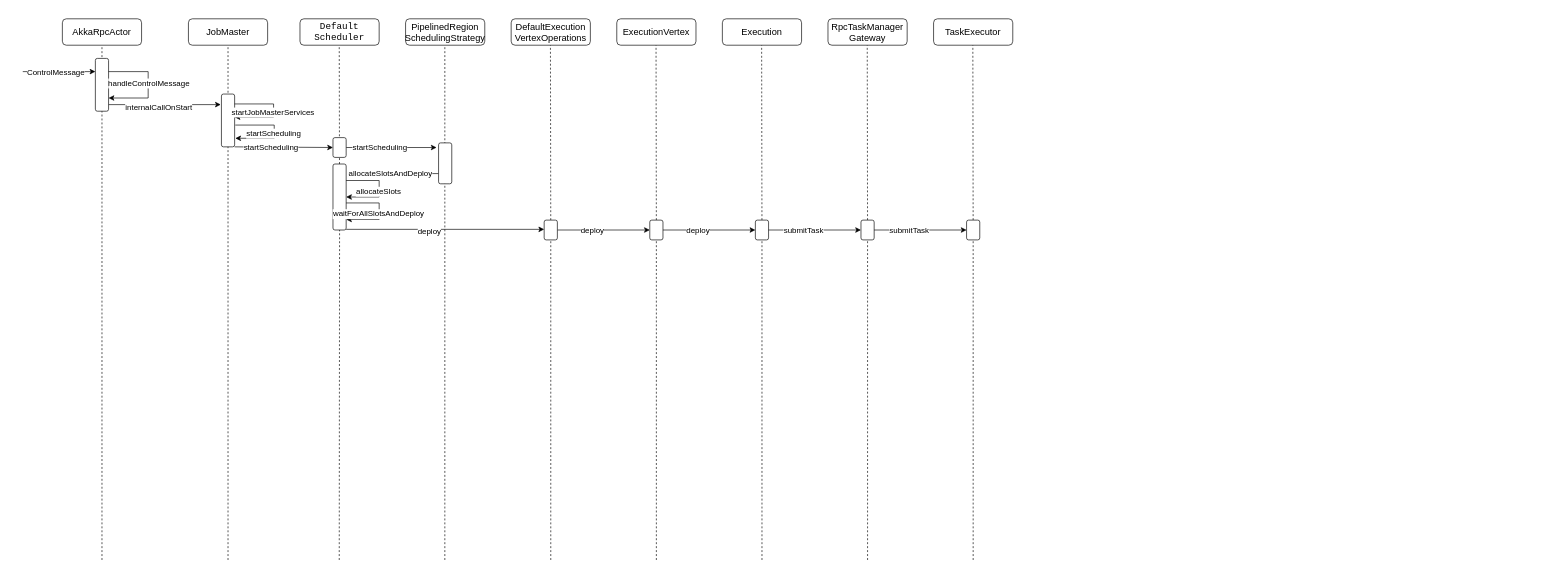
Before: imgs/flink/flink_windowwordcount_task_flow.drawio in rainsbaby/notebook, a draw.io diagram. Source tidied: cells renumbered, new cells numbered last; positions are measured from the earlier drawing's top-left corner, leaving out a move shared by most shapes. Both pictures are drawn from the tidied source at 66%, with x=0, y=0 at pixel (22, 18).
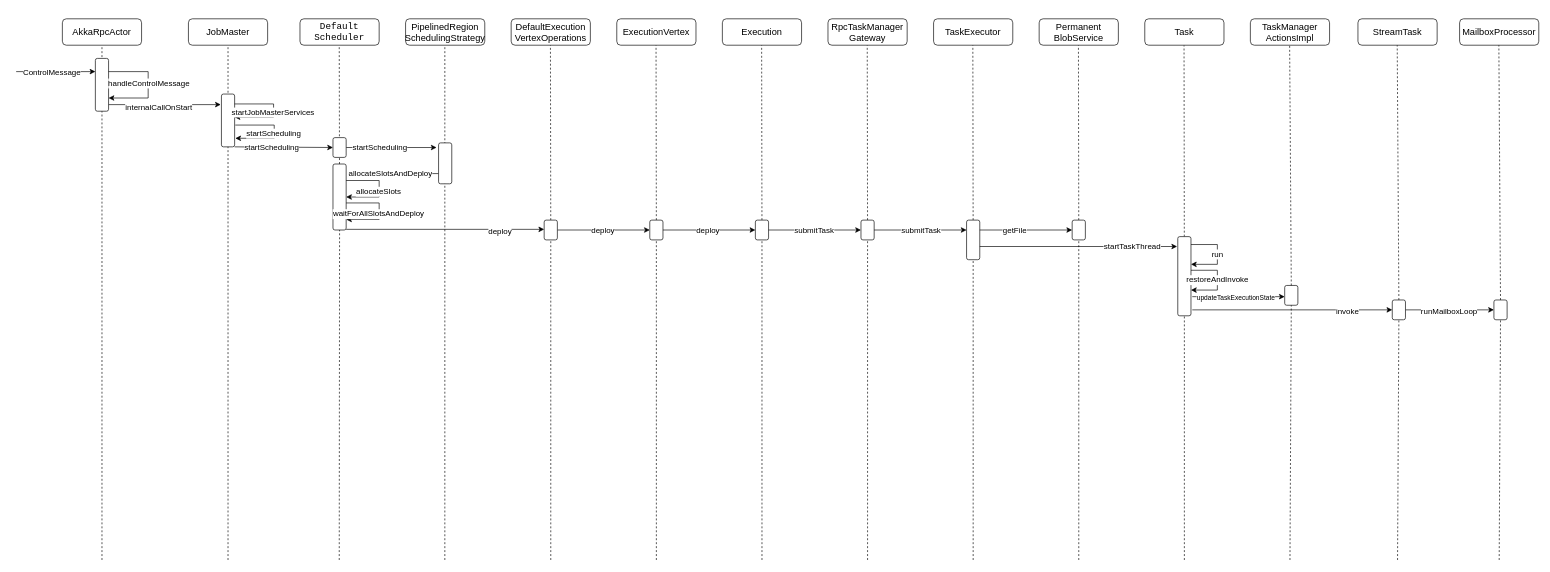
The same diagram, later.

The change refers to these unchanged cells:
```xml
<mxCell id="8" style="rounded=1;whiteSpace=wrap;html=1;" parent="1" vertex="1">
  <mxGeometry x="110" y="60" width="20" height="80" as="geometry" />
</mxCell>
<mxCell id="15" style="rounded=0;jettySize=auto;html=1;exitX=1;exitY=1;exitDx=0;exitDy=0;entryX=0;entryY=0.5;entryDx=0;entryDy=0;fontFamily=Helvetica;fontSize=10;fontColor=#000000;" parent="1" edge="1" source="17" target="25">
  <mxGeometry relative="1" as="geometry" />
</mxCell>
<mxCell id="30" style="rounded=0;orthogonalLoop=1;jettySize=auto;html=1;exitX=1;exitY=1;exitDx=0;exitDy=0;fontFamily=Helvetica;fontSize=10;fontColor=#000000;" parent="1" edge="1">
  <mxGeometry relative="1" as="geometry">
    <mxPoint x="490" y="319" as="sourcePoint" />
    <mxPoint x="790" y="319" as="targetPoint" />
  </mxGeometry>
</mxCell>
<mxCell id="40" style="edgeStyle=none;rounded=0;jettySize=auto;html=1;exitX=1;exitY=0.5;exitDx=0;exitDy=0;entryX=0;entryY=0.5;entryDx=0;entryDy=0;fontFamily=Helvetica;fontSize=10;fontColor=#000000;" parent="1" edge="1" source="42" target="46">
  <mxGeometry relative="1" as="geometry" />
</mxCell>
<mxCell id="48" style="edgeStyle=none;rounded=0;jettySize=auto;html=1;exitX=1;exitY=0.5;exitDx=0;exitDy=0;entryX=0;entryY=0.5;entryDx=0;entryDy=0;fontFamily=Helvetica;fontSize=10;fontColor=#000000;" parent="1" edge="1" target="52">
  <mxGeometry relative="1" as="geometry">
    <mxPoint x="970" y="320" as="sourcePoint" />
  </mxGeometry>
</mxCell>
<mxCell id="54" style="edgeStyle=none;rounded=0;jettySize=auto;html=1;exitX=1;exitY=0.5;exitDx=0;exitDy=0;entryX=0;entryY=0.5;entryDx=0;entryDy=0;fontFamily=Helvetica;fontSize=10;fontColor=#000000;" parent="1" edge="1" target="58">
  <mxGeometry relative="1" as="geometry">
    <mxPoint x="1130" y="320" as="sourcePoint" />
  </mxGeometry>
</mxCell>
```

Change to the diagram source:
```diff
@@
-<mxGraphModel>
+<mxGraphModel background="#FFFFFF">
@@
     <mxCell id="9" style="endArrow=classic;html=1;rounded=0;entryX=0;entryY=0.25;entryDx=0;entryDy=0;" parent="1" edge="1" target="8">
       <mxGeometry relative="1" as="geometry">
-        <mxPoint y="80" as="sourcePoint" />
+        <mxPoint x="-10" y="80" as="sourcePoint" />
       </mxGeometry>
     </mxCell>
@@
     <mxCell id="16" value="&lt;pre style=&quot;font-size: 12px;&quot;&gt;&lt;font style=&quot;font-size: 12px;&quot; face=&quot;Helvetica&quot;&gt;&lt;span style=&quot;font-size: 12px;&quot;&gt;startScheduling&lt;/span&gt;&lt;/font&gt;&lt;/pre&gt;" style="edgeLabel;html=1;align=center;verticalAlign=middle;fontSize=12;fontFamily=Helvetica;fontColor=#000000;labelBackgroundColor=#FFFFFF;" parent="15" vertex="1">
-      <mxGeometry x="-0.26" y="-1" relative="1" as="geometry" />
+      <mxGeometry x="-0.26" y="-1" relative="1" as="geometry">
+        <mxPoint x="1" as="offset" />
+      </mxGeometry>
     </mxCell>
@@
     <mxCell id="31" value="&lt;div style=&quot;font-size: 12px;&quot;&gt;deploy&lt;/div&gt;" style="edgeLabel;html=1;align=center;verticalAlign=middle;fontSize=12;fontFamily=Helvetica;fontColor=#000000;" parent="30" vertex="1">
-      <mxGeometry x="-0.17" y="-3" relative="1" as="geometry" />
+      <mxGeometry x="-0.17" y="-3" relative="1" as="geometry">
+        <mxPoint x="107" as="offset" />
+      </mxGeometry>
     </mxCell>
@@
     <mxCell id="41" value="deploy" style="edgeLabel;html=1;align=center;verticalAlign=middle;fontSize=12;fontFamily=Helvetica;fontColor=#000000;" parent="40" vertex="1">
-      <mxGeometry x="-0.26" relative="1" as="geometry" />
+      <mxGeometry x="-0.26" relative="1" as="geometry">
+        <mxPoint x="16" as="offset" />
+      </mxGeometry>
     </mxCell>
@@
     <mxCell id="49" value="deploy" style="edgeLabel;html=1;align=center;verticalAlign=middle;fontSize=12;fontFamily=Helvetica;fontColor=#000000;" parent="48" vertex="1">
-      <mxGeometry x="-0.26" relative="1" as="geometry" />
+      <mxGeometry x="-0.26" relative="1" as="geometry">
+        <mxPoint x="15" as="offset" />
+      </mxGeometry>
     </mxCell>
@@
     <mxCell id="55" value="&lt;font style=&quot;font-size: 12px&quot;&gt;submitTask&lt;/font&gt;" style="edgeLabel;html=1;align=center;verticalAlign=middle;fontSize=10;fontFamily=Helvetica;fontColor=#000000;" parent="54" vertex="1">
-      <mxGeometry x="-0.26" relative="1" as="geometry" />
+      <mxGeometry x="-0.26" relative="1" as="geometry">
+        <mxPoint x="16" as="offset" />
+      </mxGeometry>
     </mxCell>
@@
-    <mxCell id="60" style="edgeStyle=none;rounded=0;jettySize=auto;html=1;exitX=1;exitY=0.5;exitDx=0;exitDy=0;entryX=0;entryY=0.5;entryDx=0;entryDy=0;fontFamily=Helvetica;fontSize=10;fontColor=#000000;" parent="1" edge="1" target="64">
+    <mxCell id="60" style="edgeStyle=none;rounded=0;jettySize=auto;html=1;exitX=1;exitY=0.5;exitDx=0;exitDy=0;entryX=0;entryY=0.25;entryDx=0;entryDy=0;fontFamily=Helvetica;fontSize=10;fontColor=#000000;" parent="1" edge="1" target="64">
       <mxGeometry relative="1" as="geometry">
         <mxPoint x="1290" y="320" as="sourcePoint" />
       </mxGeometry>
     </mxCell>
     <mxCell id="61" value="submitTask" style="edgeLabel;html=1;align=center;verticalAlign=middle;fontSize=12;fontFamily=Helvetica;fontColor=#000000;" parent="60" vertex="1">
-      <mxGeometry x="-0.26" relative="1" as="geometry" />
+      <mxGeometry x="-0.26" relative="1" as="geometry">
+        <mxPoint x="18" as="offset" />
+      </mxGeometry>
     </mxCell>
@@
     <mxCell id="64" style="rounded=1;whiteSpace=wrap;html=1;" parent="1" vertex="1">
-      <mxGeometry x="1430" y="305" width="20" height="30" as="geometry" />
+      <mxGeometry x="1430" y="305" width="20" height="60" as="geometry" />
     </mxCell>
@@
+    <mxCell id="66" style="edgeStyle=none;rounded=0;jettySize=auto;html=1;exitX=1;exitY=0.5;exitDx=0;exitDy=0;entryX=0;entryY=0.5;entryDx=0;entryDy=0;fontFamily=Helvetica;fontSize=10;fontColor=#000000;" parent="1" edge="1" target="70">
+      <mxGeometry relative="1" as="geometry">
+        <mxPoint x="1450" y="320" as="sourcePoint" />
+      </mxGeometry>
+    </mxCell>
+    <mxCell id="67" value="getFile" style="edgeLabel;html=1;align=center;verticalAlign=middle;fontSize=12;fontFamily=Helvetica;fontColor=#000000;" parent="66" vertex="1">
+      <mxGeometry x="-0.26" relative="1" as="geometry" />
+    </mxCell>
+    <mxCell id="68" style="endArrow=none;dashed=1;html=1;rounded=0;entryX=0.5;entryY=1;entryDx=0;entryDy=0;startArrow=none;" parent="1" edge="1" source="70">
+      <mxGeometry relative="1" as="geometry">
+        <mxPoint x="1599.5" y="40" as="targetPoint" />
+      </mxGeometry>
+    </mxCell>
+    <mxCell id="69" value="&lt;div&gt;Permanent&lt;/div&gt;&lt;div&gt;BlobService&lt;/div&gt;" style="rounded=1;html=1;fontSize=14;whiteSpace=wrap;" parent="1" vertex="1">
+      <mxGeometry x="1540" width="120" height="40" as="geometry" />
+    </mxCell>
+    <mxCell id="70" style="rounded=1;whiteSpace=wrap;html=1;" parent="1" vertex="1">
+      <mxGeometry x="1590" y="305" width="20" height="30" as="geometry" />
+    </mxCell>
+    <mxCell id="71" style="endArrow=none;dashed=1;html=1;rounded=0;entryX=0.5;entryY=1;entryDx=0;entryDy=0;" parent="1" edge="1" target="70">
+      <mxGeometry relative="1" as="geometry">
+        <mxPoint x="1600" y="820" as="sourcePoint" />
+      </mxGeometry>
+    </mxCell>
+    <mxCell id="72" style="edgeStyle=none;rounded=0;jettySize=auto;html=1;entryX=-0.05;entryY=0.125;entryDx=0;entryDy=0;fontFamily=Helvetica;fontSize=10;fontColor=#000000;entryPerimeter=0;" parent="1" edge="1" target="78">
+      <mxGeometry relative="1" as="geometry">
+        <mxPoint x="1450" y="345" as="sourcePoint" />
+      </mxGeometry>
+    </mxCell>
+    <mxCell id="73" value="startTaskThread" style="edgeLabel;html=1;align=center;verticalAlign=middle;fontSize=12;fontFamily=Helvetica;fontColor=#000000;" parent="72" vertex="1">
+      <mxGeometry x="-0.26" relative="1" as="geometry">
+        <mxPoint x="119" as="offset" />
+      </mxGeometry>
+    </mxCell>
+    <mxCell id="74" style="endArrow=none;dashed=1;html=1;rounded=0;entryX=0.5;entryY=1;entryDx=0;entryDy=0;startArrow=none;" parent="1" edge="1" source="78">
+      <mxGeometry relative="1" as="geometry">
+        <mxPoint x="1759.5" y="40" as="targetPoint" />
+      </mxGeometry>
+    </mxCell>
+    <mxCell id="75" value="Task" style="rounded=1;html=1;fontSize=14;whiteSpace=wrap;" parent="1" vertex="1">
+      <mxGeometry x="1700" width="120" height="40" as="geometry" />
+    </mxCell>
+    <mxCell id="76" style="rounded=0;jettySize=auto;html=1;exitX=1.1;exitY=0.925;exitDx=0;exitDy=0;entryX=0;entryY=0.5;entryDx=0;entryDy=0;fontFamily=Helvetica;fontSize=12;fontColor=#000000;exitPerimeter=0;" parent="1" edge="1" source="78" target="90">
+      <mxGeometry relative="1" as="geometry" />
+    </mxCell>
+    <mxCell id="77" value="invoke" style="edgeLabel;html=1;align=center;verticalAlign=middle;fontSize=12;fontFamily=Helvetica;fontColor=#000000;" parent="76" vertex="1">
+      <mxGeometry x="0.16" y="-1" relative="1" as="geometry">
+        <mxPoint x="58" as="offset" />
+      </mxGeometry>
+    </mxCell>
+    <mxCell id="78" style="rounded=1;whiteSpace=wrap;html=1;" parent="1" vertex="1">
+      <mxGeometry x="1750" y="330" width="20" height="120" as="geometry" />
+    </mxCell>
+    <mxCell id="79" style="endArrow=none;dashed=1;html=1;rounded=0;entryX=0.5;entryY=1;entryDx=0;entryDy=0;" parent="1" edge="1" target="78">
+      <mxGeometry relative="1" as="geometry">
+        <mxPoint x="1760" y="820" as="sourcePoint" />
+      </mxGeometry>
+    </mxCell>
+    <mxCell id="80" value="restoreAndInvoke" style="edgeStyle=orthogonalEdgeStyle;rounded=0;orthogonalLoop=1;jettySize=auto;html=1;exitX=1;exitY=0.25;exitDx=0;exitDy=0;entryX=1;entryY=0.75;entryDx=0;entryDy=0;fontFamily=Helvetica;fontSize=12;fontColor=#000000;" parent="1" edge="1">
+      <mxGeometry relative="1" as="geometry">
+        <mxPoint x="1770" y="381" as="sourcePoint" />
+        <mxPoint x="1770" y="411" as="targetPoint" />
+        <Array as="points">
+          <mxPoint x="1810" y="381" />
+          <mxPoint x="1810" y="411" />
+        </Array>
+      </mxGeometry>
+    </mxCell>
+    <mxCell id="81" value="run" style="edgeStyle=orthogonalEdgeStyle;rounded=0;orthogonalLoop=1;jettySize=auto;html=1;exitX=1;exitY=0.25;exitDx=0;exitDy=0;entryX=1;entryY=0.75;entryDx=0;entryDy=0;fontFamily=Helvetica;fontSize=12;fontColor=#000000;" parent="1" edge="1">
+      <mxGeometry relative="1" as="geometry">
+        <mxPoint x="1770" y="342" as="sourcePoint" />
+        <mxPoint x="1770" y="372" as="targetPoint" />
+        <Array as="points">
+          <mxPoint x="1810" y="342" />
+          <mxPoint x="1810" y="372" />
+        </Array>
+      </mxGeometry>
+    </mxCell>
+    <mxCell id="82" style="edgeStyle=none;rounded=0;orthogonalLoop=1;jettySize=auto;html=1;exitX=1;exitY=0.5;exitDx=0;exitDy=0;entryX=0;entryY=0.5;entryDx=0;entryDy=0;fontFamily=Helvetica;fontSize=10;fontColor=#000000;" parent="1" edge="1">
+      <mxGeometry relative="1" as="geometry">
+        <mxPoint x="1772" y="421" as="sourcePoint" />
+        <mxPoint x="1912" y="421" as="targetPoint" />
+      </mxGeometry>
+    </mxCell>
+    <mxCell id="83" value="updateTaskExecutionState" style="edgeLabel;html=1;align=center;verticalAlign=middle;fontSize=10;fontFamily=Helvetica;fontColor=#000000;" parent="82" vertex="1">
+      <mxGeometry x="-0.26" relative="1" as="geometry">
+        <mxPoint x="13" y="1" as="offset" />
+      </mxGeometry>
+    </mxCell>
+    <mxCell id="84" value="&lt;div&gt;TaskManager&lt;/div&gt;&lt;div&gt;ActionsImpl&lt;/div&gt;" style="rounded=1;html=1;fontSize=14;whiteSpace=wrap;" parent="1" vertex="1">
+      <mxGeometry x="1860" width="120" height="40" as="geometry" />
+    </mxCell>
+    <mxCell id="85" style="rounded=1;whiteSpace=wrap;html=1;" parent="1" vertex="1">
+      <mxGeometry x="1912" y="404" width="20" height="30" as="geometry" />
+    </mxCell>
+    <mxCell id="86" style="endArrow=none;dashed=1;html=1;rounded=0;entryX=0.5;entryY=1;entryDx=0;entryDy=0;" parent="1" edge="1" target="85">
+      <mxGeometry relative="1" as="geometry">
+        <mxPoint x="1920" y="820" as="sourcePoint" />
+      </mxGeometry>
+    </mxCell>
+    <mxCell id="87" style="endArrow=none;dashed=1;html=1;rounded=0;entryX=0.5;entryY=1;entryDx=0;entryDy=0;startArrow=none;exitX=0.5;exitY=0;exitDx=0;exitDy=0;" parent="1" edge="1" source="85">
+      <mxGeometry relative="1" as="geometry">
+        <mxPoint x="1919.5" y="40" as="targetPoint" />
+      </mxGeometry>
+    </mxCell>
+    <mxCell id="88" value="StreamTask" style="rounded=1;html=1;fontSize=14;whiteSpace=wrap;" parent="1" vertex="1">
+      <mxGeometry x="2023" width="120" height="40" as="geometry" />
+    </mxCell>
+    <mxCell id="89" style="edgeStyle=none;rounded=0;jettySize=auto;html=1;exitX=1;exitY=0.5;exitDx=0;exitDy=0;entryX=0;entryY=0.5;entryDx=0;entryDy=0;fontFamily=Helvetica;fontSize=12;fontColor=#000000;" parent="1" edge="1" source="90" target="95">
+      <mxGeometry relative="1" as="geometry" />
+    </mxCell>
+    <mxCell id="90" style="rounded=1;whiteSpace=wrap;html=1;" parent="1" vertex="1">
+      <mxGeometry x="2075" y="426" width="20" height="30" as="geometry" />
+    </mxCell>
+    <mxCell id="91" style="endArrow=none;dashed=1;html=1;rounded=0;entryX=0.5;entryY=1;entryDx=0;entryDy=0;" parent="1" edge="1" target="90">
+      <mxGeometry relative="1" as="geometry">
+        <mxPoint x="2083" y="820" as="sourcePoint" />
+      </mxGeometry>
+    </mxCell>
+    <mxCell id="92" style="endArrow=none;dashed=1;html=1;rounded=0;entryX=0.5;entryY=1;entryDx=0;entryDy=0;startArrow=none;exitX=0.5;exitY=0;exitDx=0;exitDy=0;" parent="1" edge="1" source="90">
+      <mxGeometry relative="1" as="geometry">
+        <mxPoint x="2082.5" y="40" as="targetPoint" />
+      </mxGeometry>
+    </mxCell>
+    <mxCell id="93" value="runMailboxLoop" style="edgeLabel;html=1;align=center;verticalAlign=middle;fontSize=12;fontFamily=Helvetica;fontColor=#000000;" parent="1" vertex="1">
+      <mxGeometry x="2160" y="442" as="geometry" />
+    </mxCell>
+    <mxCell id="94" value="MailboxProcessor" style="rounded=1;html=1;fontSize=14;whiteSpace=wrap;" parent="1" vertex="1">
+      <mxGeometry x="2177" width="120" height="40" as="geometry" />
+    </mxCell>
+    <mxCell id="95" style="rounded=1;whiteSpace=wrap;html=1;" parent="1" vertex="1">
+      <mxGeometry x="2229" y="426" width="20" height="30" as="geometry" />
+    </mxCell>
+    <mxCell id="96" style="endArrow=none;dashed=1;html=1;rounded=0;entryX=0.5;entryY=1;entryDx=0;entryDy=0;" parent="1" edge="1" target="95">
+      <mxGeometry relative="1" as="geometry">
+        <mxPoint x="2237" y="820" as="sourcePoint" />
+      </mxGeometry>
+    </mxCell>
+    <mxCell id="97" style="endArrow=none;dashed=1;html=1;rounded=0;entryX=0.5;entryY=1;entryDx=0;entryDy=0;startArrow=none;exitX=0.5;exitY=0;exitDx=0;exitDy=0;" parent="1" edge="1" source="95">
+      <mxGeometry relative="1" as="geometry">
+        <mxPoint x="2236.5" y="40" as="targetPoint" />
+      </mxGeometry>
+    </mxCell>
```
